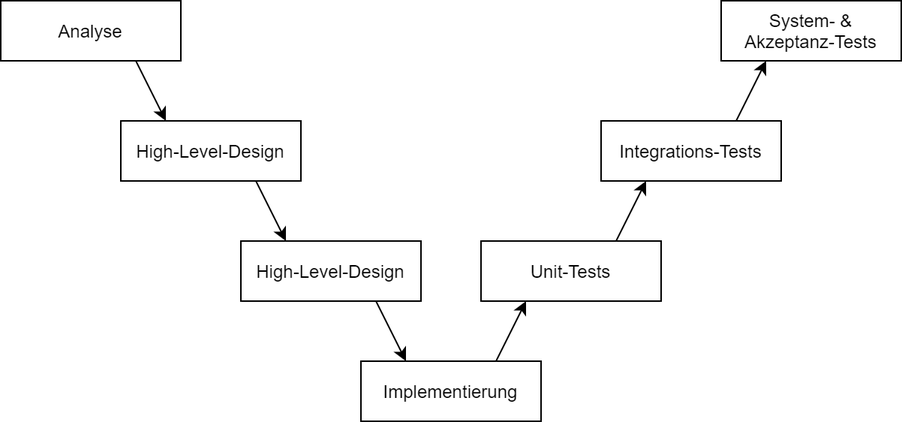
The draw.io diagram SWE-KASCHE/assets/v-modell.png in importPI19fromDHGE/dhge-pi19-sem3, before a commit. Source tidied: cells renumbered, new cells last; positions are measured from the earlier drawing's top-left corner, leaving out a move shared by most shapes.
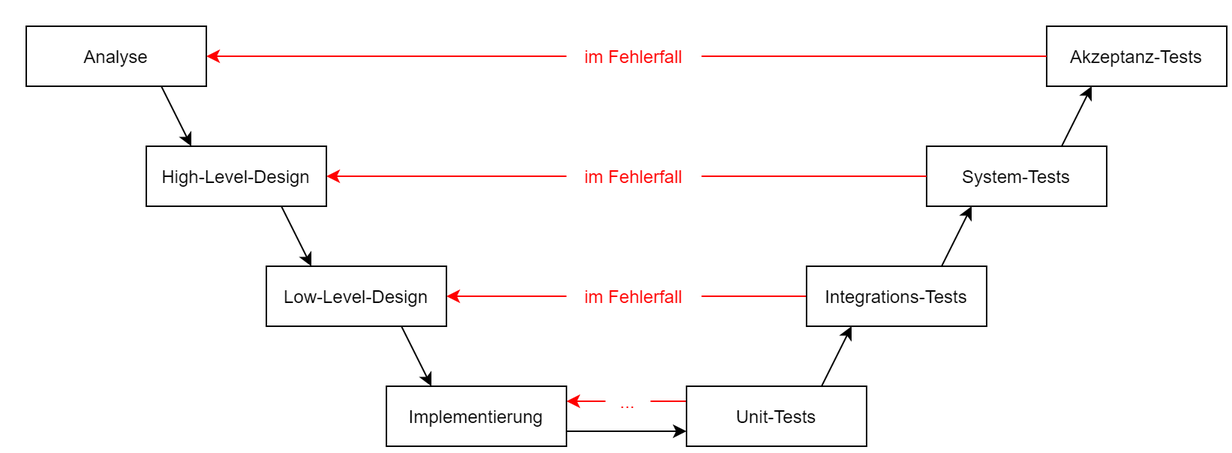
After the commit.

Commit message:
Fix: V-Modell Grafik (#121)

What changed in the source:
```diff
@@ -8,38 +8,77 @@
     <mxCell id="3" value="High-Level-Design" style="rounded=0;whiteSpace=wrap;html=1;" parent="1" vertex="1">
       <mxGeometry x="80" y="80" width="120" height="40" as="geometry" />
     </mxCell>
-    <mxCell id="4" value="High-Level-Design" style="rounded=0;whiteSpace=wrap;html=1;" parent="1" vertex="1">
+    <mxCell id="4" value="Low-Level-Design" style="rounded=0;whiteSpace=wrap;html=1;" parent="1" vertex="1">
       <mxGeometry x="160" y="160" width="120" height="40" as="geometry" />
     </mxCell>
-    <mxCell id="5" value="Implementierung" style="rounded=0;whiteSpace=wrap;html=1;" parent="1" vertex="1">
-      <mxGeometry x="240" y="240" width="120" height="40" as="geometry" />
+    <mxCell id="5" style="edgeStyle=orthogonalEdgeStyle;rounded=0;jettySize=auto;html=1;exitX=1;exitY=0.75;exitDx=0;exitDy=0;entryX=0;entryY=0.75;entryDx=0;entryDy=0;" parent="1" edge="1" source="6" target="8">
+      <mxGeometry relative="1" as="geometry" />
     </mxCell>
-    <mxCell id="6" value="Unit-Tests" style="rounded=0;whiteSpace=wrap;html=1;" parent="1" vertex="1">
-      <mxGeometry x="320" y="160" width="120" height="40" as="geometry" />
+    <mxCell id="6" value="Implementierung" style="rounded=0;whiteSpace=wrap;html=1;" parent="1" vertex="1">
+      <mxGeometry x="240" y="240" width="120" height="40" as="geometry" />
     </mxCell>
-    <mxCell id="7" value="Integrations-Tests" style="rounded=0;whiteSpace=wrap;html=1;" parent="1" vertex="1">
-      <mxGeometry x="400" y="80" width="120" height="40" as="geometry" />
+    <mxCell id="7" style="edgeStyle=orthogonalEdgeStyle;rounded=0;jettySize=auto;html=1;exitX=0;exitY=0.25;exitDx=0;exitDy=0;entryX=1;entryY=0.25;entryDx=0;entryDy=0;strokeColor=#FF0000;" parent="1" edge="1" source="8" target="6">
+      <mxGeometry relative="1" as="geometry" />
     </mxCell>
-    <mxCell id="8" value="System- &amp;amp;&lt;br&gt;Akzeptanz-Tests" style="rounded=0;whiteSpace=wrap;html=1;" parent="1" vertex="1">
-      <mxGeometry x="480" width="120" height="40" as="geometry" />
+    <mxCell id="8" value="Unit-Tests" style="rounded=0;whiteSpace=wrap;html=1;" parent="1" vertex="1">
+      <mxGeometry x="440" y="240" width="120" height="40" as="geometry" />
     </mxCell>
-    <mxCell id="9" style="endArrow=classic;html=1;exitX=0.75;exitY=1;exitDx=0;exitDy=0;entryX=0.25;entryY=0;entryDx=0;entryDy=0;" parent="1" edge="1" source="2" target="3">
+    <mxCell id="9" style="edgeStyle=orthogonalEdgeStyle;rounded=0;jettySize=auto;html=1;exitX=0;exitY=0.5;exitDx=0;exitDy=0;entryX=1;entryY=0.5;entryDx=0;entryDy=0;strokeColor=#FF0000;" parent="1" edge="1" source="10" target="4">
       <mxGeometry relative="1" as="geometry" />
     </mxCell>
-    <mxCell id="10" style="endArrow=classic;html=1;exitX=0.75;exitY=1;exitDx=0;exitDy=0;entryX=0.25;entryY=0;entryDx=0;entryDy=0;" parent="1" edge="1" source="3" target="4">
-      <mxGeometry relative="1" as="geometry" />
+    <mxCell id="10" value="Integrations-Tests" style="rounded=0;whiteSpace=wrap;html=1;" parent="1" vertex="1">
+      <mxGeometry x="520" y="160" width="120" height="40" as="geometry" />
     </mxCell>
-    <mxCell id="11" style="endArrow=classic;html=1;exitX=0.75;exitY=1;exitDx=0;exitDy=0;entryX=0.25;entryY=0;entryDx=0;entryDy=0;" parent="1" edge="1" source="4" target="5">
+    <mxCell id="11" style="edgeStyle=orthogonalEdgeStyle;rounded=0;jettySize=auto;html=1;exitX=0;exitY=0.5;exitDx=0;exitDy=0;entryX=1;entryY=0.5;entryDx=0;entryDy=0;strokeColor=#FF0000;startArrow=none;" parent="1" edge="1" source="23" target="3">
       <mxGeometry relative="1" as="geometry" />
     </mxCell>
-    <mxCell id="12" style="endArrow=classic;html=1;entryX=0.25;entryY=1;entryDx=0;entryDy=0;exitX=0.75;exitY=0;exitDx=0;exitDy=0;" parent="1" edge="1" source="5" target="6">
-      <mxGeometry relative="1" as="geometry" />
+    <mxCell id="12" value="System-Tests" style="rounded=0;whiteSpace=wrap;html=1;" parent="1" vertex="1">
+      <mxGeometry x="600" y="80" width="120" height="40" as="geometry" />
     </mxCell>
-    <mxCell id="13" style="endArrow=classic;html=1;exitX=0.75;exitY=0;exitDx=0;exitDy=0;entryX=0.25;entryY=1;entryDx=0;entryDy=0;" parent="1" edge="1" source="6" target="7">
+    <mxCell id="13" style="endArrow=classic;html=1;exitX=0.75;exitY=1;exitDx=0;exitDy=0;entryX=0.25;entryY=0;entryDx=0;entryDy=0;" parent="1" edge="1" source="2" target="3">
       <mxGeometry relative="1" as="geometry" />
     </mxCell>
-    <mxCell id="14" style="endArrow=classic;html=1;exitX=0.75;exitY=0;exitDx=0;exitDy=0;entryX=0.25;entryY=1;entryDx=0;entryDy=0;" parent="1" edge="1" source="7" target="8">
+    <mxCell id="14" style="endArrow=classic;html=1;exitX=0.75;exitY=1;exitDx=0;exitDy=0;entryX=0.25;entryY=0;entryDx=0;entryDy=0;" parent="1" edge="1" source="3" target="4">
       <mxGeometry relative="1" as="geometry" />
     </mxCell>
+    <mxCell id="15" style="endArrow=classic;html=1;exitX=0.75;exitY=1;exitDx=0;exitDy=0;entryX=0.25;entryY=0;entryDx=0;entryDy=0;" parent="1" edge="1" source="4" target="6">
+      <mxGeometry relative="1" as="geometry" />
+    </mxCell>
+    <mxCell id="16" style="endArrow=classic;html=1;exitX=0.75;exitY=0;exitDx=0;exitDy=0;entryX=0.25;entryY=1;entryDx=0;entryDy=0;" parent="1" edge="1" source="8" target="10">
+      <mxGeometry relative="1" as="geometry" />
+    </mxCell>
+    <mxCell id="17" style="endArrow=classic;html=1;exitX=0.75;exitY=0;exitDx=0;exitDy=0;entryX=0.25;entryY=1;entryDx=0;entryDy=0;" parent="1" edge="1" source="10" target="12">
+      <mxGeometry relative="1" as="geometry" />
+    </mxCell>
+    <mxCell id="18" style="edgeStyle=orthogonalEdgeStyle;rounded=0;jettySize=auto;html=1;exitX=0;exitY=0.5;exitDx=0;exitDy=0;entryX=1;entryY=0.5;entryDx=0;entryDy=0;strokeColor=#FF0000;startArrow=none;" parent="1" edge="1" source="21" target="2">
+      <mxGeometry relative="1" as="geometry" />
+    </mxCell>
+    <mxCell id="19" value="Akzeptanz-Tests" style="rounded=0;whiteSpace=wrap;html=1;" parent="1" vertex="1">
+      <mxGeometry x="680" width="120" height="40" as="geometry" />
+    </mxCell>
+    <mxCell id="20" style="endArrow=classic;html=1;exitX=0.75;exitY=0;exitDx=0;exitDy=0;entryX=0.25;entryY=1;entryDx=0;entryDy=0;" parent="1" edge="1">
+      <mxGeometry relative="1" as="geometry">
+        <mxPoint x="690" y="80" as="sourcePoint" />
+        <mxPoint x="710" y="40" as="targetPoint" />
+      </mxGeometry>
+    </mxCell>
+    <mxCell id="21" value="im Fehlerfall" style="text;html=1;strokeColor=none;align=center;verticalAlign=middle;whiteSpace=wrap;rounded=0;fillColor=#ffffff;fontColor=#FF0000;" parent="1" vertex="1">
+      <mxGeometry x="360" y="10" width="90" height="20" as="geometry" />
+    </mxCell>
+    <mxCell id="22" style="edgeStyle=orthogonalEdgeStyle;rounded=0;jettySize=auto;html=1;exitX=0;exitY=0.5;exitDx=0;exitDy=0;entryX=1;entryY=0.5;entryDx=0;entryDy=0;strokeColor=#FF0000;endArrow=none;" parent="1" edge="1" source="19" target="21">
+      <mxGeometry relative="1" as="geometry" />
+    </mxCell>
+    <mxCell id="23" value="im Fehlerfall" style="text;html=1;strokeColor=none;align=center;verticalAlign=middle;whiteSpace=wrap;rounded=0;fillColor=#ffffff;fontColor=#FF0000;" parent="1" vertex="1">
+      <mxGeometry x="360" y="90" width="90" height="20" as="geometry" />
+    </mxCell>
+    <mxCell id="24" style="edgeStyle=orthogonalEdgeStyle;rounded=0;jettySize=auto;html=1;exitX=0;exitY=0.5;exitDx=0;exitDy=0;entryX=1;entryY=0.5;entryDx=0;entryDy=0;strokeColor=#FF0000;endArrow=none;" parent="1" edge="1" source="12" target="23">
+      <mxGeometry relative="1" as="geometry" />
+    </mxCell>
+    <mxCell id="25" value="im Fehlerfall" style="text;html=1;strokeColor=none;align=center;verticalAlign=middle;whiteSpace=wrap;rounded=0;fillColor=#ffffff;fontColor=#FF0000;" parent="1" vertex="1">
+      <mxGeometry x="360" y="170" width="90" height="20" as="geometry" />
+    </mxCell>
+    <mxCell id="26" value="..." style="text;html=1;strokeColor=none;align=center;verticalAlign=middle;whiteSpace=wrap;rounded=0;fillColor=#ffffff;fontColor=#FF0000;" parent="1" vertex="1">
+      <mxGeometry x="386" y="240" width="30" height="20" as="geometry" />
+    </mxCell>
   </root>
 </mxGraphModel>
```
